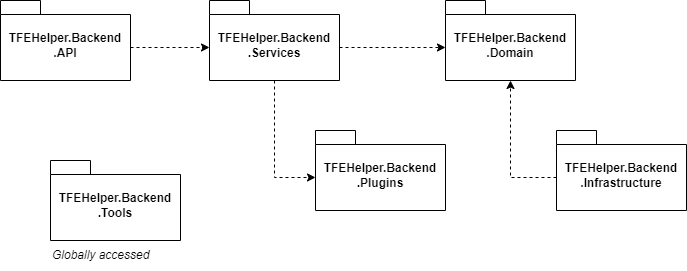
This is src/Backend/docs/TFEHelper.Backend.Components-diagram.png from nicolassimoncini/TFEHelper, a draw.io export, as it was before one commit. Source tidied: cells renumbered, new cells last; positions are measured from the earlier drawing's top-left corner, leaving out a move shared by most shapes.
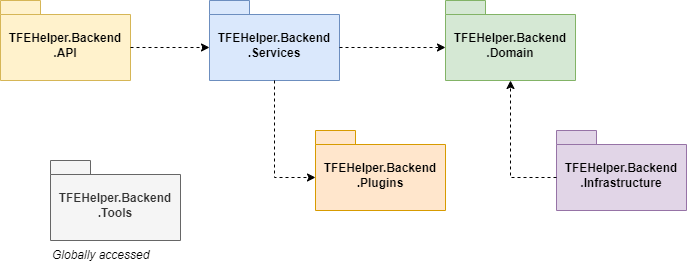
After the change.

The edit, as a diff of the source:
```diff
@@ -2,22 +2,22 @@
   <root>
     <mxCell id="0" />
     <mxCell id="1" parent="0" />
-    <mxCell id="2" value="TFEHelper.Backend&lt;div&gt;.API&lt;/div&gt;" style="shape=folder;fontStyle=1;spacingTop=10;tabWidth=40;tabHeight=14;tabPosition=left;html=1;whiteSpace=wrap;" parent="1" vertex="1">
+    <mxCell id="2" value="TFEHelper.Backend&lt;div&gt;.API&lt;/div&gt;" style="shape=folder;fontStyle=1;spacingTop=10;tabWidth=40;tabHeight=14;tabPosition=left;html=1;whiteSpace=wrap;fillColor=#fff2cc;strokeColor=#d6b656;" parent="1" vertex="1">
       <mxGeometry width="130" height="80" as="geometry" />
     </mxCell>
-    <mxCell id="3" value="TFEHelper.Backend&lt;div&gt;.Services&lt;/div&gt;" style="shape=folder;fontStyle=1;spacingTop=10;tabWidth=40;tabHeight=14;tabPosition=left;html=1;whiteSpace=wrap;" parent="1" vertex="1">
+    <mxCell id="3" value="TFEHelper.Backend&lt;div&gt;.Services&lt;/div&gt;" style="shape=folder;fontStyle=1;spacingTop=10;tabWidth=40;tabHeight=14;tabPosition=left;html=1;whiteSpace=wrap;fillColor=#dae8fc;strokeColor=#6c8ebf;" parent="1" vertex="1">
       <mxGeometry x="209" width="130" height="80" as="geometry" />
     </mxCell>
-    <mxCell id="4" value="TFEHelper.Backend&lt;div&gt;.Infrastructure&lt;/div&gt;" style="shape=folder;fontStyle=1;spacingTop=10;tabWidth=40;tabHeight=14;tabPosition=left;html=1;whiteSpace=wrap;" parent="1" vertex="1">
+    <mxCell id="4" value="TFEHelper.Backend&lt;div&gt;.Infrastructure&lt;/div&gt;" style="shape=folder;fontStyle=1;spacingTop=10;tabWidth=40;tabHeight=14;tabPosition=left;html=1;whiteSpace=wrap;fillColor=#e1d5e7;strokeColor=#9673a6;" parent="1" vertex="1">
       <mxGeometry x="556" y="130" width="130" height="80" as="geometry" />
     </mxCell>
-    <mxCell id="5" value="TFEHelper.Backend&lt;div&gt;.Plugins&lt;/div&gt;" style="shape=folder;fontStyle=1;spacingTop=10;tabWidth=40;tabHeight=14;tabPosition=left;html=1;whiteSpace=wrap;" parent="1" vertex="1">
+    <mxCell id="5" value="TFEHelper.Backend&lt;div&gt;.Plugins&lt;/div&gt;" style="shape=folder;fontStyle=1;spacingTop=10;tabWidth=40;tabHeight=14;tabPosition=left;html=1;whiteSpace=wrap;fillColor=#ffe6cc;strokeColor=#d79b00;" parent="1" vertex="1">
       <mxGeometry x="315" y="130" width="130" height="80" as="geometry" />
     </mxCell>
-    <mxCell id="6" value="TFEHelper.Backend&lt;div&gt;.Domain&lt;/div&gt;" style="shape=folder;fontStyle=1;spacingTop=10;tabWidth=40;tabHeight=14;tabPosition=left;html=1;whiteSpace=wrap;" parent="1" vertex="1">
+    <mxCell id="6" value="TFEHelper.Backend&lt;div&gt;.Domain&lt;/div&gt;" style="shape=folder;fontStyle=1;spacingTop=10;tabWidth=40;tabHeight=14;tabPosition=left;html=1;whiteSpace=wrap;fillColor=#d5e8d4;strokeColor=#82b366;" parent="1" vertex="1">
       <mxGeometry x="445" width="130" height="80" as="geometry" />
     </mxCell>
-    <mxCell id="7" value="TFEHelper.Backend&lt;div&gt;.Tools&lt;/div&gt;" style="shape=folder;fontStyle=1;spacingTop=10;tabWidth=40;tabHeight=14;tabPosition=left;html=1;whiteSpace=wrap;" parent="1" vertex="1">
+    <mxCell id="7" value="TFEHelper.Backend&lt;div&gt;.Tools&lt;/div&gt;" style="shape=folder;fontStyle=1;spacingTop=10;tabWidth=40;tabHeight=14;tabPosition=left;html=1;whiteSpace=wrap;fillColor=#f5f5f5;fontColor=#333333;strokeColor=#666666;" parent="1" vertex="1">
       <mxGeometry x="50" y="160" width="130" height="80" as="geometry" />
     </mxCell>
     <mxCell id="8" style="edgeStyle=orthogonalEdgeStyle;rounded=0;jettySize=auto;html=1;exitX=0;exitY=0;exitDx=130;exitDy=47;exitPerimeter=0;entryX=0;entryY=0;entryDx=0;entryDy=47;entryPerimeter=0;dashed=1;" parent="1" edge="1" source="2" target="3">
```
